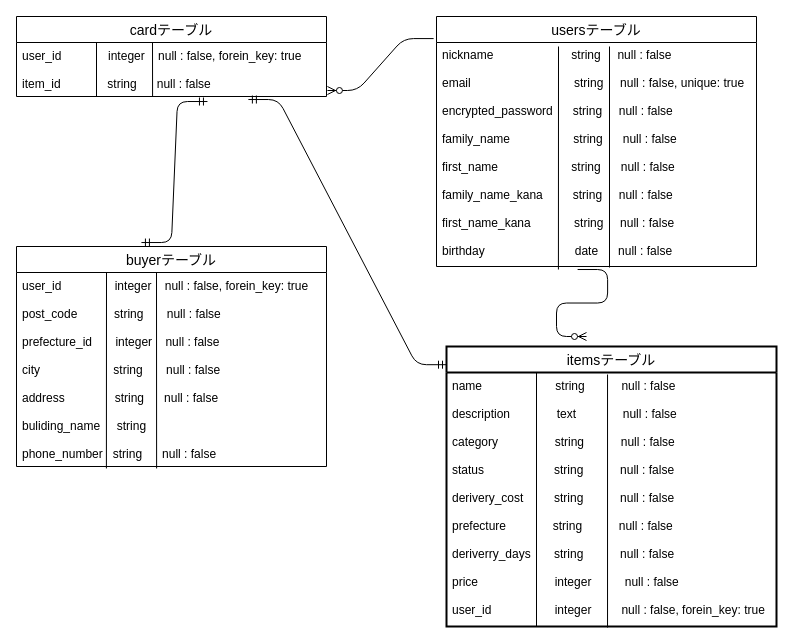
Komty/furima-34555 keeps this draw.io diagram as furima.dio. Above is the earlier version. Source tidied: cells renumbered, new cells numbered last; positions are measured from the earlier drawing's top-left corner, leaving out a move shared by most shapes. Both pictures are drawn from the tidied source at 100%, with x=0, y=0 at pixel (16, 16).
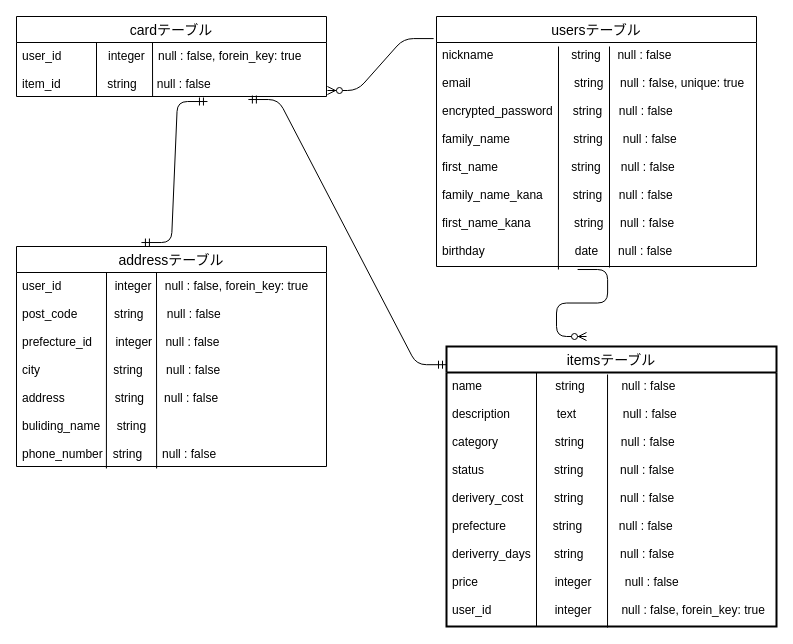
The same diagram, later.

Commit message (it also covers changes not shown here):
データベース設計　修正7

The edit, as a diff of the source:
```diff
@@
-    <mxCell id="11" value="buyerテーブル" style="swimlane;fontStyle=0;horizontal=1;startSize=26;align=center;fontSize=14;" parent="1" vertex="1">
+    <mxCell id="11" value="addressテーブル" style="swimlane;fontStyle=0;horizontal=1;startSize=26;align=center;fontSize=14;" parent="1" vertex="1">
       <mxGeometry y="230" width="310" height="220" as="geometry" />
     </mxCell>
```
